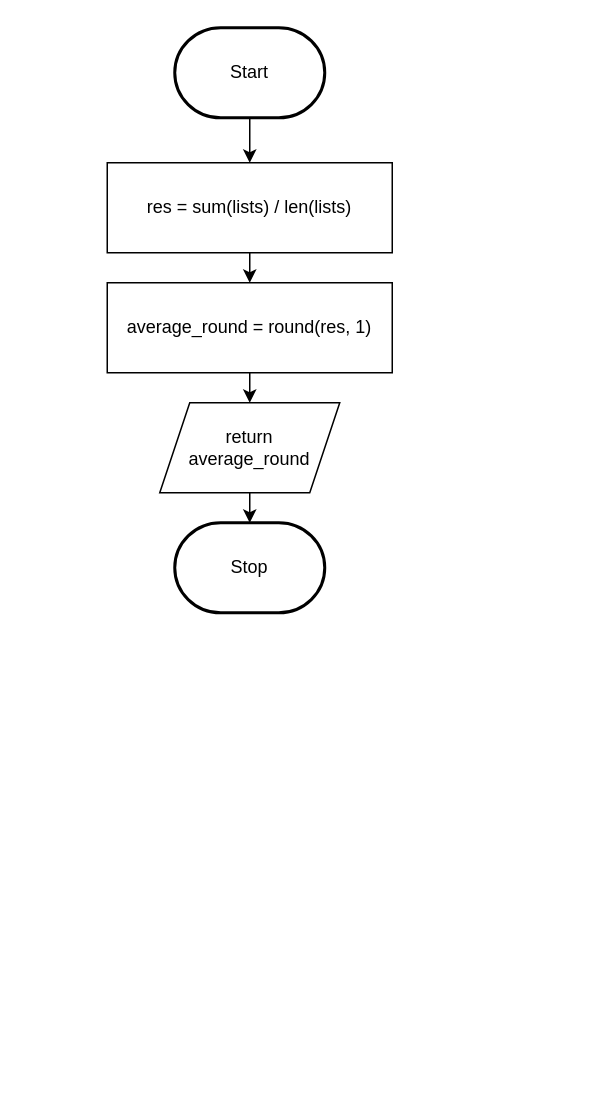
Earlier version of the draw.io diagram Drawio/FlowChart.Drawio (JacksonNaufal/ICS3U-Unit6-06-Python). Source tidied: cells renumbered, new cells numbered last; positions are measured from the earlier drawing's top-left corner, leaving out a move shared by most shapes. Both pictures are drawn from the tidied source at 150%, with x=0, y=0 at pixel (106, 27).
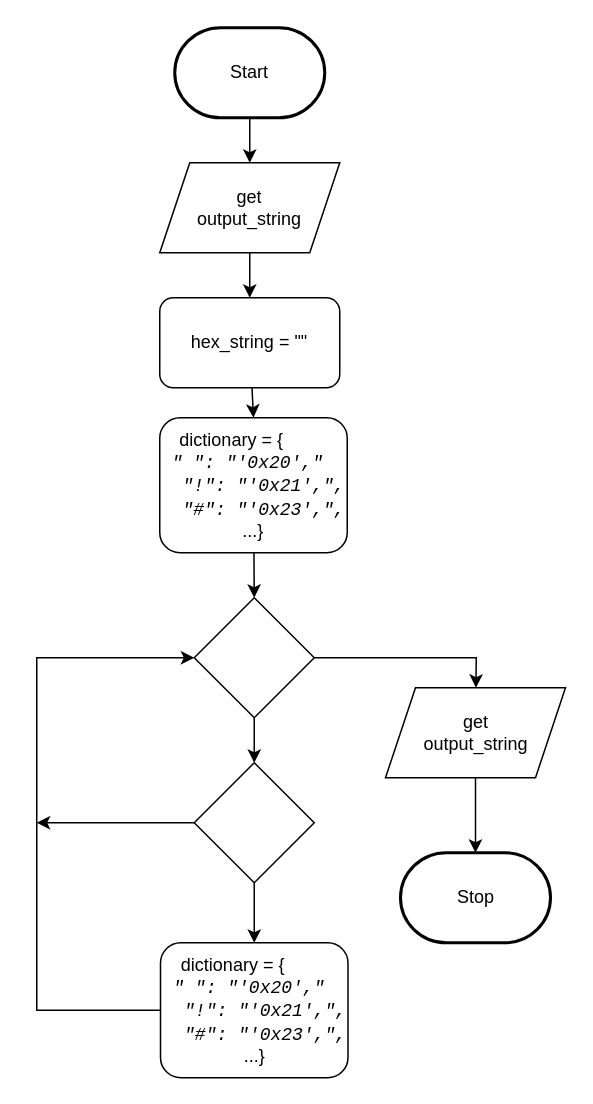
The same diagram, later.

The change refers to these unchanged cells:
```xml
<mxCell id="3" value="Start" style="strokeWidth=2;html=1;shape=mxgraph.flowchart.terminator;whiteSpace=wrap;" parent="1" vertex="1">
  <mxGeometry x="45" width="100" height="60" as="geometry" />
</mxCell>
```

Change to the diagram source:
```diff
@@
-    <mxCell id="2" style="edgeStyle=none;html=1;" parent="1" edge="1" source="3" target="8">
-      <mxGeometry relative="1" as="geometry" />
-    </mxCell>
+    <mxCell id="11" style="edgeStyle=none;html=1;" parent="1" edge="1" source="3" target="13">
+      <mxGeometry relative="1" as="geometry" />
+    </mxCell>
@@
     <mxCell id="4" value="Stop" style="strokeWidth=2;html=1;shape=mxgraph.flowchart.terminator;whiteSpace=wrap;rounded=1;" parent="1" vertex="1">
-      <mxGeometry x="45" y="330" width="100" height="60" as="geometry" />
+      <mxGeometry x="195.5" y="550" width="100" height="60" as="geometry" />
     </mxCell>
-    <mxCell id="5" style="edgeStyle=none;html=1;" parent="1" edge="1" source="6" target="4">
-      <mxGeometry relative="1" as="geometry" />
-    </mxCell>
-    <mxCell id="6" value="return&lt;br&gt;average_round" style="shape=parallelogram;perimeter=parallelogramPerimeter;whiteSpace=wrap;html=1;fixedSize=1;" parent="1" vertex="1">
-      <mxGeometry x="35" y="250" width="120" height="60" as="geometry" />
-    </mxCell>
-    <mxCell id="7" style="edgeStyle=none;html=1;" parent="1" edge="1" source="8" target="10">
-      <mxGeometry relative="1" as="geometry" />
-    </mxCell>
-    <mxCell id="8" value="res = sum(lists) / len(lists)" style="rounded=0;whiteSpace=wrap;html=1;" parent="1" vertex="1">
-      <mxGeometry y="90" width="190" height="60" as="geometry" />
-    </mxCell>
-    <mxCell id="9" style="edgeStyle=none;html=1;" parent="1" edge="1" source="10" target="6">
-      <mxGeometry relative="1" as="geometry" />
-    </mxCell>
-    <mxCell id="10" value="average_round = round(res, 1)" style="rounded=0;whiteSpace=wrap;html=1;" parent="1" vertex="1">
-      <mxGeometry y="170" width="190" height="60" as="geometry" />
-    </mxCell>
+    <mxCell id="12" style="edgeStyle=none;html=1;entryX=0.5;entryY=0;entryDx=0;entryDy=0;" parent="1" edge="1" source="13" target="15">
+      <mxGeometry relative="1" as="geometry" />
+    </mxCell>
+    <mxCell id="13" value="get&lt;br&gt;output_string" style="shape=parallelogram;perimeter=parallelogramPerimeter;whiteSpace=wrap;html=1;fixedSize=1;" parent="1" vertex="1">
+      <mxGeometry x="35" y="90" width="120" height="60" as="geometry" />
+    </mxCell>
+    <mxCell id="14" style="edgeStyle=none;html=1;entryX=0.5;entryY=0;entryDx=0;entryDy=0;" parent="1" edge="1" source="15" target="17">
+      <mxGeometry relative="1" as="geometry" />
+    </mxCell>
+    <mxCell id="15" value="hex_string = &quot;&quot;" style="rounded=1;whiteSpace=wrap;html=1;" parent="1" vertex="1">
+      <mxGeometry x="35" y="180" width="120" height="60" as="geometry" />
+    </mxCell>
+    <mxCell id="16" style="edgeStyle=none;rounded=0;html=1;entryX=0.5;entryY=0;entryDx=0;entryDy=0;fontSize=12;fontColor=#000000;" parent="1" edge="1" source="17" target="20">
+      <mxGeometry relative="1" as="geometry" />
+    </mxCell>
+    <mxCell id="17" value="dictionary = {&lt;span id=&quot;docs-internal-guid-b75843a7-7fff-7cbb-28d7-b7b11e7af5f2&quot;&gt;&lt;span style=&quot;font-family: &amp;#34;consolas&amp;#34; , sans-serif ; font-style: italic ; vertical-align: baseline&quot;&gt;&amp;nbsp; &amp;nbsp;&amp;nbsp;&lt;br&gt;&lt;/span&gt;&lt;span style=&quot;font-family: &amp;#34;consolas&amp;#34; , sans-serif ; font-style: italic ; vertical-align: baseline&quot;&gt;&quot; &quot;&lt;/span&gt;&lt;span style=&quot;font-family: &amp;#34;consolas&amp;#34; , sans-serif ; font-style: italic ; vertical-align: baseline&quot;&gt;: &lt;/span&gt;&lt;span style=&quot;font-family: &amp;#34;consolas&amp;#34; , sans-serif ; font-style: italic ; vertical-align: baseline&quot;&gt;&quot;'0x20',&quot;&lt;/span&gt;&lt;span style=&quot;font-family: &amp;#34;consolas&amp;#34; , sans-serif ; font-style: italic ; vertical-align: baseline&quot;&gt;&amp;nbsp; &amp;nbsp;&amp;nbsp;&lt;/span&gt;&lt;span style=&quot;font-family: &amp;#34;consolas&amp;#34; , sans-serif ; font-style: italic ; vertical-align: baseline&quot;&gt;&quot;!&quot;&lt;/span&gt;&lt;span style=&quot;font-family: &amp;#34;consolas&amp;#34; , sans-serif ; font-style: italic ; vertical-align: baseline&quot;&gt;: &lt;/span&gt;&lt;span style=&quot;font-family: &amp;#34;consolas&amp;#34; , sans-serif ; font-style: italic ; vertical-align: baseline&quot;&gt;&quot;'0x21',&quot;&lt;/span&gt;&lt;span style=&quot;font-family: &amp;#34;consolas&amp;#34; , sans-serif ; font-style: italic ; vertical-align: baseline&quot;&gt;,&lt;/span&gt;&lt;span style=&quot;font-family: &amp;#34;consolas&amp;#34; , sans-serif ; font-style: italic ; vertical-align: baseline&quot;&gt;&lt;br&gt;&lt;/span&gt;&lt;span style=&quot;font-family: &amp;#34;consolas&amp;#34; , sans-serif ; font-style: italic ; vertical-align: baseline&quot;&gt;&amp;nbsp; &lt;/span&gt;&lt;span style=&quot;font-family: &amp;#34;consolas&amp;#34; , sans-serif ; font-style: italic ; vertical-align: baseline&quot;&gt;&quot;#&quot;&lt;/span&gt;&lt;span style=&quot;font-family: &amp;#34;consolas&amp;#34; , sans-serif ; font-style: italic ; vertical-align: baseline&quot;&gt;: &lt;/span&gt;&lt;span style=&quot;font-family: &amp;#34;consolas&amp;#34; , sans-serif ; font-style: italic ; vertical-align: baseline&quot;&gt;&quot;'0x23',&quot;&lt;/span&gt;&lt;span style=&quot;font-family: &amp;#34;consolas&amp;#34; , sans-serif ; font-style: italic ; vertical-align: baseline&quot;&gt;,&lt;br&gt;&lt;/span&gt;&lt;/span&gt;...}" style="rounded=1;whiteSpace=wrap;html=1;" parent="1" vertex="1">
+      <mxGeometry x="35" y="260" width="125" height="90" as="geometry" />
+    </mxCell>
+    <mxCell id="18" style="edgeStyle=none;html=1;fontSize=12;fontColor=#000000;rounded=0;" parent="1" edge="1" source="20" target="25">
+      <mxGeometry relative="1" as="geometry">
+        <Array as="points">
+          <mxPoint x="246" y="420" />
+        </Array>
+      </mxGeometry>
+    </mxCell>
+    <mxCell id="19" style="edgeStyle=none;rounded=0;html=1;entryX=0.5;entryY=0;entryDx=0;entryDy=0;fontSize=12;fontColor=#000000;" parent="1" edge="1" source="20" target="23">
+      <mxGeometry relative="1" as="geometry" />
+    </mxCell>
+    <mxCell id="20" style="rhombus;whiteSpace=wrap;html=1;labelBackgroundColor=none;fontSize=12;fontColor=#000000;" parent="1" vertex="1">
+      <mxGeometry x="58" y="380" width="80" height="80" as="geometry" />
+    </mxCell>
+    <mxCell id="21" style="edgeStyle=none;rounded=0;html=1;fontSize=12;fontColor=#000000;" parent="1" edge="1" source="23">
+      <mxGeometry relative="1" as="geometry">
+        <mxPoint x="-47" y="530" as="targetPoint" />
+      </mxGeometry>
+    </mxCell>
+    <mxCell id="22" style="edgeStyle=none;rounded=0;html=1;entryX=0.5;entryY=0;entryDx=0;entryDy=0;fontSize=12;fontColor=#000000;" parent="1" edge="1" source="23" target="27">
+      <mxGeometry relative="1" as="geometry" />
+    </mxCell>
+    <mxCell id="23" style="rhombus;whiteSpace=wrap;html=1;labelBackgroundColor=none;fontSize=12;fontColor=#000000;" parent="1" vertex="1">
+      <mxGeometry x="58" y="490" width="80" height="80" as="geometry" />
+    </mxCell>
+    <mxCell id="24" style="edgeStyle=none;rounded=0;html=1;fontSize=12;fontColor=#000000;" parent="1" edge="1" source="25" target="4">
+      <mxGeometry relative="1" as="geometry" />
+    </mxCell>
+    <mxCell id="25" value="get&lt;br&gt;output_string" style="shape=parallelogram;perimeter=parallelogramPerimeter;whiteSpace=wrap;html=1;fixedSize=1;" parent="1" vertex="1">
+      <mxGeometry x="185.5" y="440" width="120" height="60" as="geometry" />
+    </mxCell>
+    <mxCell id="26" style="edgeStyle=none;rounded=0;html=1;entryX=0;entryY=0.5;entryDx=0;entryDy=0;fontSize=12;fontColor=#000000;" parent="1" edge="1" source="27" target="20">
+      <mxGeometry relative="1" as="geometry">
+        <Array as="points">
+          <mxPoint x="-47" y="655" />
+          <mxPoint x="-47" y="420" />
+        </Array>
+      </mxGeometry>
+    </mxCell>
+    <mxCell id="27" value="dictionary = {&lt;span id=&quot;docs-internal-guid-b75843a7-7fff-7cbb-28d7-b7b11e7af5f2&quot;&gt;&lt;span style=&quot;font-family: &amp;#34;consolas&amp;#34; , sans-serif ; font-style: italic ; vertical-align: baseline&quot;&gt;&amp;nbsp; &amp;nbsp;&amp;nbsp;&lt;br&gt;&lt;/span&gt;&lt;span style=&quot;font-family: &amp;#34;consolas&amp;#34; , sans-serif ; font-style: italic ; vertical-align: baseline&quot;&gt;&quot; &quot;&lt;/span&gt;&lt;span style=&quot;font-family: &amp;#34;consolas&amp;#34; , sans-serif ; font-style: italic ; vertical-align: baseline&quot;&gt;: &lt;/span&gt;&lt;span style=&quot;font-family: &amp;#34;consolas&amp;#34; , sans-serif ; font-style: italic ; vertical-align: baseline&quot;&gt;&quot;'0x20',&quot;&lt;/span&gt;&lt;span style=&quot;font-family: &amp;#34;consolas&amp;#34; , sans-serif ; font-style: italic ; vertical-align: baseline&quot;&gt;&amp;nbsp; &amp;nbsp;&amp;nbsp;&lt;/span&gt;&lt;span style=&quot;font-family: &amp;#34;consolas&amp;#34; , sans-serif ; font-style: italic ; vertical-align: baseline&quot;&gt;&quot;!&quot;&lt;/span&gt;&lt;span style=&quot;font-family: &amp;#34;consolas&amp;#34; , sans-serif ; font-style: italic ; vertical-align: baseline&quot;&gt;: &lt;/span&gt;&lt;span style=&quot;font-family: &amp;#34;consolas&amp;#34; , sans-serif ; font-style: italic ; vertical-align: baseline&quot;&gt;&quot;'0x21',&quot;&lt;/span&gt;&lt;span style=&quot;font-family: &amp;#34;consolas&amp;#34; , sans-serif ; font-style: italic ; vertical-align: baseline&quot;&gt;,&lt;/span&gt;&lt;span style=&quot;font-family: &amp;#34;consolas&amp;#34; , sans-serif ; font-style: italic ; vertical-align: baseline&quot;&gt;&lt;br&gt;&lt;/span&gt;&lt;span style=&quot;font-family: &amp;#34;consolas&amp;#34; , sans-serif ; font-style: italic ; vertical-align: baseline&quot;&gt;&amp;nbsp; &lt;/span&gt;&lt;span style=&quot;font-family: &amp;#34;consolas&amp;#34; , sans-serif ; font-style: italic ; vertical-align: baseline&quot;&gt;&quot;#&quot;&lt;/span&gt;&lt;span style=&quot;font-family: &amp;#34;consolas&amp;#34; , sans-serif ; font-style: italic ; vertical-align: baseline&quot;&gt;: &lt;/span&gt;&lt;span style=&quot;font-family: &amp;#34;consolas&amp;#34; , sans-serif ; font-style: italic ; vertical-align: baseline&quot;&gt;&quot;'0x23',&quot;&lt;/span&gt;&lt;span style=&quot;font-family: &amp;#34;consolas&amp;#34; , sans-serif ; font-style: italic ; vertical-align: baseline&quot;&gt;,&lt;br&gt;&lt;/span&gt;&lt;/span&gt;...}" style="rounded=1;whiteSpace=wrap;html=1;" parent="1" vertex="1">
+      <mxGeometry x="35.5" y="610" width="125" height="90" as="geometry" />
+    </mxCell>
```
